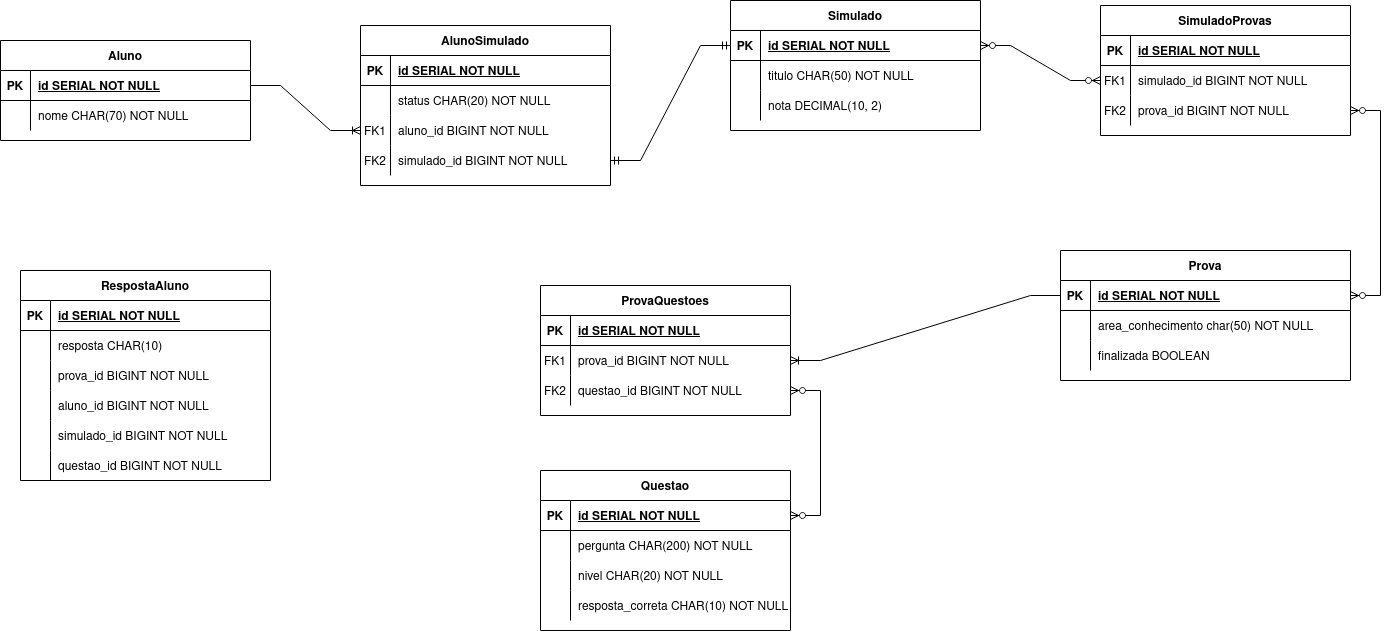
Earlier version of the draw.io export docs/images/DesafioEntidadeRelacionamento.drawio.png (lucastavares10/desafio-sas-simulados). Source tidied: cells renumbered, new cells last; positions are measured from the earlier drawing's top-left corner, leaving out a move shared by most shapes.
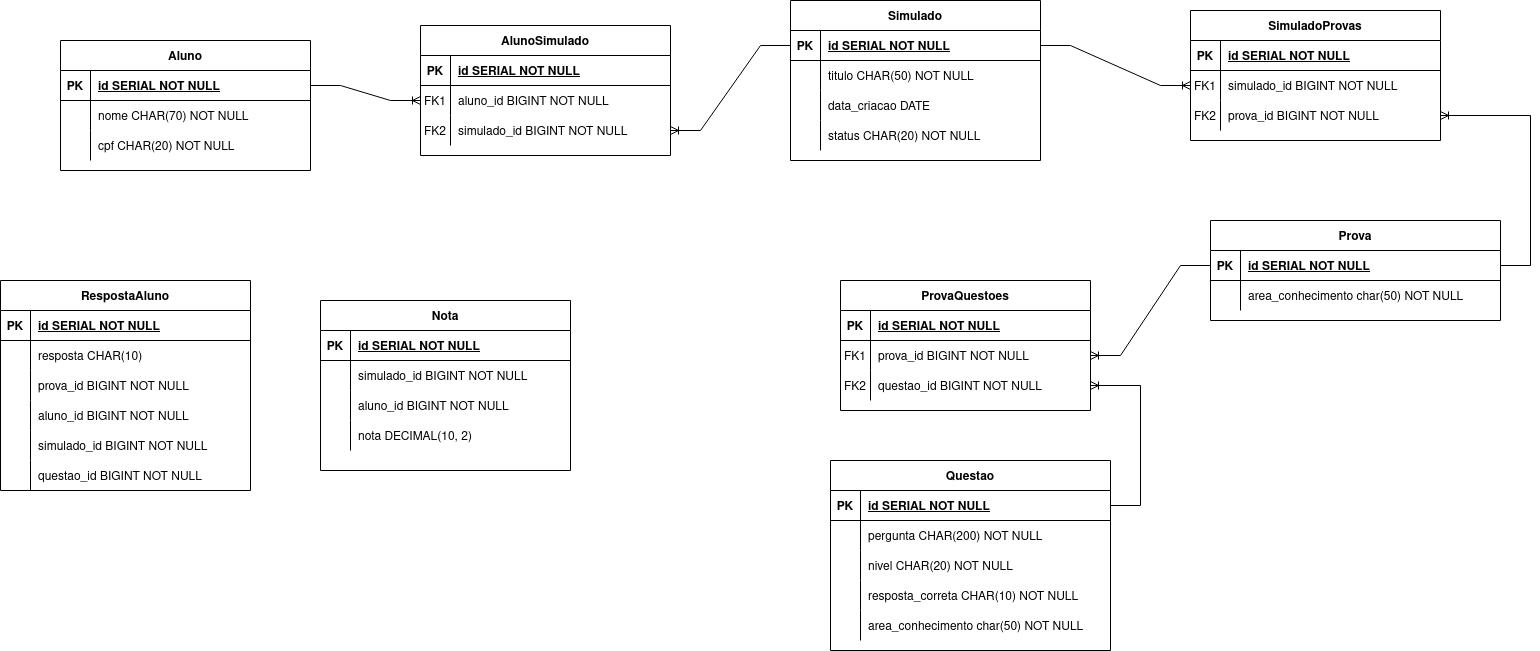
Above is the later version.

Commit message:
fix: Correção diagramas UML

Diff of the diagram source:
```diff
@@ -3,7 +3,7 @@
     <mxCell id="0" />
     <mxCell id="1" parent="0" />
     <mxCell id="2" value="Simulado" style="shape=table;startSize=30;rowLines=0;fontStyle=1;align=center;" parent="1" vertex="1">
-      <mxGeometry x="730" width="250" height="130" as="geometry" />
+      <mxGeometry x="730" width="250" height="160" as="geometry" />
     </mxCell>
     <mxCell id="3" style="shape=partialRectangle;fillColor=none;points=[[0,0.5],[1,0.5]];portConstraint=eastwest;top=0;left=0;right=0;bottom=1;" parent="2" vertex="1">
       <mxGeometry y="30" width="250" height="30" as="geometry" />
@@ -23,17 +23,26 @@
     <mxCell id="8" value="titulo CHAR(50) NOT NULL" style="shape=partialRectangle;overflow=hidden;fillColor=none;top=0;left=0;bottom=0;right=0;align=left;spacingLeft=6;" parent="6" vertex="1">
       <mxGeometry x="30" width="220" height="30" as="geometry" />
     </mxCell>
-    <mxCell id="9" style="shape=partialRectangle;fillColor=none;top=0;left=0;right=0;bottom=0;" parent="2" vertex="1">
-      <mxGeometry y="90" width="250" height="30" as="geometry" />
-    </mxCell>
-    <mxCell id="10" style="shape=partialRectangle;overflow=hidden;fillColor=none;top=0;left=0;bottom=0;right=0;" parent="9" vertex="1">
-      <mxGeometry width="30" height="30" as="geometry" />
-    </mxCell>
-    <mxCell id="11" value="nota DECIMAL(10, 2)" style="shape=partialRectangle;overflow=hidden;fillColor=none;top=0;left=0;bottom=0;right=0;align=left;spacingLeft=6;" parent="9" vertex="1">
-      <mxGeometry x="30" width="220" height="30" as="geometry" />
-    </mxCell>
+    <mxCell id="100" style="shape=partialRectangle;fillColor=none;top=0;left=0;right=0;bottom=0;" parent="2" vertex="1">
+      <mxGeometry y="90" width="250" height="30" as="geometry" />
+    </mxCell>
+    <mxCell id="101" style="shape=partialRectangle;overflow=hidden;fillColor=none;top=0;left=0;bottom=0;right=0;" parent="100" vertex="1">
+      <mxGeometry width="30" height="30" as="geometry" />
+    </mxCell>
+    <mxCell id="102" value="data_criacao DATE" style="shape=partialRectangle;overflow=hidden;fillColor=none;top=0;left=0;bottom=0;right=0;align=left;spacingLeft=6;" parent="100" vertex="1">
+      <mxGeometry x="30" width="220" height="30" as="geometry" />
+    </mxCell>
+    <mxCell id="103" style="shape=partialRectangle;fillColor=none;top=0;left=0;right=0;bottom=0;" parent="2" vertex="1">
+      <mxGeometry y="120" width="250" height="30" as="geometry" />
+    </mxCell>
+    <mxCell id="104" style="shape=partialRectangle;overflow=hidden;fillColor=none;top=0;left=0;bottom=0;right=0;" parent="103" vertex="1">
+      <mxGeometry width="30" height="30" as="geometry" />
+    </mxCell>
+    <mxCell id="91" value="status CHAR(20) NOT NULL" style="shape=partialRectangle;overflow=hidden;fillColor=none;top=0;left=0;bottom=0;right=0;align=left;spacingLeft=6;" parent="103" vertex="1">
+      <mxGeometry x="30" width="220" height="30" as="geometry" />
+    </mxCell>
     <mxCell id="12" value="Aluno" style="shape=table;startSize=30;rowLines=0;fontStyle=1;align=center;" parent="1" vertex="1">
-      <mxGeometry y="40" width="250" height="100" as="geometry" />
+      <mxGeometry y="40" width="250" height="130" as="geometry" />
     </mxCell>
     <mxCell id="13" style="shape=partialRectangle;fillColor=none;points=[[0,0.5],[1,0.5]];portConstraint=eastwest;top=0;left=0;right=0;bottom=1;" parent="12" vertex="1">
       <mxGeometry y="30" width="250" height="30" as="geometry" />
@@ -53,8 +62,17 @@
     <mxCell id="18" value="nome CHAR(70) NOT NULL" style="shape=partialRectangle;overflow=hidden;fillColor=none;top=0;left=0;bottom=0;right=0;align=left;spacingLeft=6;" parent="16" vertex="1">
       <mxGeometry x="30" width="220" height="30" as="geometry" />
     </mxCell>
+    <mxCell id="105" style="shape=partialRectangle;fillColor=none;top=0;left=0;right=0;bottom=0;" parent="12" vertex="1">
+      <mxGeometry y="90" width="250" height="30" as="geometry" />
+    </mxCell>
+    <mxCell id="106" style="shape=partialRectangle;overflow=hidden;fillColor=none;top=0;left=0;bottom=0;right=0;" parent="105" vertex="1">
+      <mxGeometry width="30" height="30" as="geometry" />
+    </mxCell>
+    <mxCell id="107" value="cpf CHAR(20) NOT NULL" style="shape=partialRectangle;overflow=hidden;fillColor=none;top=0;left=0;bottom=0;right=0;align=left;spacingLeft=6;" parent="105" vertex="1">
+      <mxGeometry x="30" width="220" height="30" as="geometry" />
+    </mxCell>
     <mxCell id="19" value="Prova" style="shape=table;startSize=30;rowLines=0;fontStyle=1;align=center;" parent="1" vertex="1">
-      <mxGeometry x="1060" y="250" width="290" height="130" as="geometry" />
+      <mxGeometry x="1150" y="220" width="290" height="100" as="geometry" />
     </mxCell>
     <mxCell id="20" style="shape=partialRectangle;fillColor=none;points=[[0,0.5],[1,0.5]];portConstraint=eastwest;top=0;left=0;right=0;bottom=1;" parent="19" vertex="1">
       <mxGeometry y="30" width="290" height="30" as="geometry" />
@@ -74,56 +92,56 @@
     <mxCell id="25" value="area_conhecimento char(50) NOT NULL" style="shape=partialRectangle;overflow=hidden;fillColor=none;top=0;left=0;bottom=0;right=0;align=left;spacingLeft=6;" parent="23" vertex="1">
       <mxGeometry x="30" width="260" height="30" as="geometry" />
     </mxCell>
-    <mxCell id="26" style="shape=partialRectangle;fillColor=none;top=0;left=0;right=0;bottom=0;" parent="19" vertex="1">
-      <mxGeometry y="90" width="290" height="30" as="geometry" />
-    </mxCell>
-    <mxCell id="27" style="shape=partialRectangle;overflow=hidden;fillColor=none;top=0;left=0;bottom=0;right=0;" parent="26" vertex="1">
-      <mxGeometry width="30" height="30" as="geometry" />
-    </mxCell>
-    <mxCell id="28" value="finalizada BOOLEAN" style="shape=partialRectangle;overflow=hidden;fillColor=none;top=0;left=0;bottom=0;right=0;align=left;spacingLeft=6;" parent="26" vertex="1">
-      <mxGeometry x="30" width="260" height="30" as="geometry" />
-    </mxCell>
     <mxCell id="29" value="Questao" style="shape=table;startSize=30;rowLines=0;fontStyle=1;align=center;" parent="1" vertex="1">
-      <mxGeometry x="540" y="470" width="250" height="160" as="geometry" />
+      <mxGeometry x="770" y="460" width="280" height="190" as="geometry" />
     </mxCell>
     <mxCell id="30" style="shape=partialRectangle;fillColor=none;points=[[0,0.5],[1,0.5]];portConstraint=eastwest;top=0;left=0;right=0;bottom=1;" parent="29" vertex="1">
-      <mxGeometry y="30" width="250" height="30" as="geometry" />
+      <mxGeometry y="30" width="280" height="30" as="geometry" />
     </mxCell>
     <mxCell id="31" value="PK" style="shape=partialRectangle;overflow=hidden;fillColor=none;top=0;left=0;bottom=0;right=0;fontStyle=1;" parent="30" vertex="1">
       <mxGeometry width="30" height="30" as="geometry" />
     </mxCell>
     <mxCell id="32" value="id SERIAL NOT NULL " style="shape=partialRectangle;overflow=hidden;fillColor=none;top=0;left=0;bottom=0;right=0;align=left;spacingLeft=6;fontStyle=5;" parent="30" vertex="1">
-      <mxGeometry x="30" width="220" height="30" as="geometry" />
+      <mxGeometry x="30" width="250" height="30" as="geometry" />
     </mxCell>
     <mxCell id="33" style="shape=partialRectangle;fillColor=none;top=0;left=0;right=0;bottom=0;" parent="29" vertex="1">
-      <mxGeometry y="60" width="250" height="30" as="geometry" />
+      <mxGeometry y="60" width="280" height="30" as="geometry" />
     </mxCell>
     <mxCell id="34" style="shape=partialRectangle;overflow=hidden;fillColor=none;top=0;left=0;bottom=0;right=0;" parent="33" vertex="1">
       <mxGeometry width="30" height="30" as="geometry" />
     </mxCell>
     <mxCell id="35" value="pergunta CHAR(200) NOT NULL" style="shape=partialRectangle;overflow=hidden;fillColor=none;top=0;left=0;bottom=0;right=0;align=left;spacingLeft=6;" parent="33" vertex="1">
-      <mxGeometry x="30" width="220" height="30" as="geometry" />
+      <mxGeometry x="30" width="250" height="30" as="geometry" />
     </mxCell>
     <mxCell id="36" style="shape=partialRectangle;fillColor=none;top=0;left=0;right=0;bottom=0;" parent="29" vertex="1">
-      <mxGeometry y="90" width="250" height="30" as="geometry" />
+      <mxGeometry y="90" width="280" height="30" as="geometry" />
     </mxCell>
     <mxCell id="37" style="shape=partialRectangle;overflow=hidden;fillColor=none;top=0;left=0;bottom=0;right=0;" parent="36" vertex="1">
       <mxGeometry width="30" height="30" as="geometry" />
     </mxCell>
     <mxCell id="38" value="nivel CHAR(20) NOT NULL" style="shape=partialRectangle;overflow=hidden;fillColor=none;top=0;left=0;bottom=0;right=0;align=left;spacingLeft=6;" parent="36" vertex="1">
-      <mxGeometry x="30" width="220" height="30" as="geometry" />
+      <mxGeometry x="30" width="250" height="30" as="geometry" />
     </mxCell>
     <mxCell id="39" style="shape=partialRectangle;fillColor=none;top=0;left=0;right=0;bottom=0;" parent="29" vertex="1">
-      <mxGeometry y="120" width="250" height="30" as="geometry" />
+      <mxGeometry y="120" width="280" height="30" as="geometry" />
     </mxCell>
     <mxCell id="40" style="shape=partialRectangle;overflow=hidden;fillColor=none;top=0;left=0;bottom=0;right=0;" parent="39" vertex="1">
       <mxGeometry width="30" height="30" as="geometry" />
     </mxCell>
     <mxCell id="41" value="resposta_correta CHAR(10) NOT NULL" style="shape=partialRectangle;overflow=hidden;fillColor=none;top=0;left=0;bottom=0;right=0;align=left;spacingLeft=6;" parent="39" vertex="1">
-      <mxGeometry x="30" width="220" height="30" as="geometry" />
+      <mxGeometry x="30" width="250" height="30" as="geometry" />
     </mxCell>
+    <mxCell id="108" style="shape=partialRectangle;fillColor=none;top=0;left=0;right=0;bottom=0;" parent="29" vertex="1">
+      <mxGeometry y="150" width="280" height="30" as="geometry" />
+    </mxCell>
+    <mxCell id="109" style="shape=partialRectangle;overflow=hidden;fillColor=none;top=0;left=0;bottom=0;right=0;" parent="108" vertex="1">
+      <mxGeometry width="30" height="30" as="geometry" />
+    </mxCell>
+    <mxCell id="110" value="area_conhecimento char(50) NOT NULL" style="shape=partialRectangle;overflow=hidden;fillColor=none;top=0;left=0;bottom=0;right=0;align=left;spacingLeft=6;" parent="108" vertex="1">
+      <mxGeometry x="30" width="250" height="30" as="geometry" />
+    </mxCell>
     <mxCell id="42" value="SimuladoProvas" style="shape=table;startSize=30;rowLines=0;fontStyle=1;align=center;" parent="1" vertex="1">
-      <mxGeometry x="1100" y="5" width="250" height="130" as="geometry" />
+      <mxGeometry x="1130" y="10" width="250" height="130" as="geometry" />
     </mxCell>
     <mxCell id="43" style="shape=partialRectangle;fillColor=none;top=0;left=0;right=0;bottom=1;" parent="42" vertex="1">
       <mxGeometry y="30" width="250" height="30" as="geometry" />
@@ -153,7 +171,7 @@
       <mxGeometry x="30" width="220" height="30" as="geometry" />
     </mxCell>
     <mxCell id="52" value="ProvaQuestoes" style="shape=table;startSize=30;rowLines=0;fontStyle=1;align=center;" parent="1" vertex="1">
-      <mxGeometry x="540" y="285" width="250" height="130" as="geometry" />
+      <mxGeometry x="780" y="280" width="250" height="130" as="geometry" />
     </mxCell>
     <mxCell id="53" style="shape=partialRectangle;fillColor=none;top=0;left=0;right=0;bottom=1;" parent="52" vertex="1">
       <mxGeometry y="30" width="250" height="30" as="geometry" />
@@ -183,7 +201,7 @@
       <mxGeometry x="30" width="220" height="30" as="geometry" />
     </mxCell>
     <mxCell id="62" value="RespostaAluno" style="shape=table;startSize=30;rowLines=0;fontStyle=1;align=center;" parent="1" vertex="1">
-      <mxGeometry x="20" y="270" width="250" height="210" as="geometry" />
+      <mxGeometry x="-60" y="280" width="250" height="210" as="geometry" />
     </mxCell>
     <mxCell id="63" style="shape=partialRectangle;fillColor=none;top=0;left=0;right=0;bottom=1;" parent="62" vertex="1">
       <mxGeometry y="30" width="250" height="30" as="geometry" />
@@ -239,20 +257,11 @@
     <mxCell id="80" value="questao_id BIGINT NOT NULL" style="shape=partialRectangle;overflow=hidden;fillColor=none;top=0;left=0;bottom=0;right=0;align=left;spacingLeft=6;" parent="78" vertex="1">
       <mxGeometry x="30" width="220" height="30" as="geometry" />
     </mxCell>
-    <mxCell id="81" style="edgeStyle=entityRelationEdgeStyle;fontSize=12;html=1;endArrow=ERzeroToMany;endFill=1;startArrow=ERzeroToMany;rounded=0;exitX=1;exitY=0.5;exitDx=0;exitDy=0;entryX=0;entryY=0.5;entryDx=0;entryDy=0;" parent="1" edge="1" source="3" target="46">
-      <mxGeometry relative="1" as="geometry" />
-    </mxCell>
-    <mxCell id="82" style="edgeStyle=entityRelationEdgeStyle;fontSize=12;html=1;endArrow=ERzeroToMany;endFill=1;startArrow=ERzeroToMany;rounded=0;entryX=1;entryY=0.5;entryDx=0;entryDy=0;exitX=1;exitY=0.5;exitDx=0;exitDy=0;" parent="1" edge="1" source="20" target="49">
-      <mxGeometry relative="1" as="geometry" />
-    </mxCell>
     <mxCell id="83" style="edgeStyle=entityRelationEdgeStyle;fontSize=12;html=1;endArrow=ERoneToMany;rounded=0;exitX=0;exitY=0.5;exitDx=0;exitDy=0;" parent="1" edge="1" source="20" target="56">
       <mxGeometry relative="1" as="geometry" />
     </mxCell>
-    <mxCell id="84" style="edgeStyle=entityRelationEdgeStyle;fontSize=12;html=1;endArrow=ERzeroToMany;endFill=1;startArrow=ERzeroToMany;rounded=0;" parent="1" edge="1" source="30" target="59">
-      <mxGeometry relative="1" as="geometry" />
-    </mxCell>
     <mxCell id="85" value="AlunoSimulado" style="shape=table;startSize=30;rowLines=0;fontStyle=1;align=center;" parent="1" vertex="1">
-      <mxGeometry x="360" y="25" width="250" height="160" as="geometry" />
+      <mxGeometry x="360" y="25" width="250" height="130" as="geometry" />
     </mxCell>
     <mxCell id="86" style="shape=partialRectangle;fillColor=none;top=0;left=0;right=0;bottom=1;" parent="85" vertex="1">
       <mxGeometry y="30" width="250" height="30" as="geometry" />
@@ -263,17 +272,8 @@
     <mxCell id="88" value="id SERIAL NOT NULL " style="shape=partialRectangle;overflow=hidden;fillColor=none;top=0;left=0;bottom=0;right=0;align=left;spacingLeft=6;fontStyle=5;" parent="86" vertex="1">
       <mxGeometry x="30" width="220" height="30" as="geometry" />
     </mxCell>
-    <mxCell id="89" style="shape=partialRectangle;fillColor=none;top=0;left=0;right=0;bottom=0;" parent="85" vertex="1">
-      <mxGeometry y="60" width="250" height="30" as="geometry" />
-    </mxCell>
-    <mxCell id="90" style="shape=partialRectangle;overflow=hidden;fillColor=none;top=0;left=0;bottom=0;right=0;" parent="89" vertex="1">
-      <mxGeometry width="30" height="30" as="geometry" />
-    </mxCell>
-    <mxCell id="91" value="status CHAR(20) NOT NULL" style="shape=partialRectangle;overflow=hidden;fillColor=none;top=0;left=0;bottom=0;right=0;align=left;spacingLeft=6;" parent="89" vertex="1">
-      <mxGeometry x="30" width="220" height="30" as="geometry" />
-    </mxCell>
     <mxCell id="92" style="shape=partialRectangle;fillColor=none;points=[[0,0.5],[1,0.5]];portConstraint=eastwest;top=0;left=0;right=0;bottom=0;" parent="85" vertex="1">
-      <mxGeometry y="90" width="250" height="30" as="geometry" />
+      <mxGeometry y="60" width="250" height="30" as="geometry" />
     </mxCell>
     <mxCell id="93" value="FK1" style="shape=partialRectangle;overflow=hidden;fillColor=none;top=0;left=0;bottom=0;right=0;" parent="92" vertex="1">
       <mxGeometry width="30" height="30" as="geometry" />
@@ -282,7 +282,7 @@
       <mxGeometry x="30" width="220" height="30" as="geometry" />
     </mxCell>
     <mxCell id="95" style="shape=partialRectangle;fillColor=none;points=[[0,0.5],[1,0.5]];portConstraint=eastwest;top=0;left=0;right=0;bottom=0;" parent="85" vertex="1">
-      <mxGeometry y="120" width="250" height="30" as="geometry" />
+      <mxGeometry y="90" width="250" height="30" as="geometry" />
     </mxCell>
     <mxCell id="96" value="FK2" style="shape=partialRectangle;overflow=hidden;fillColor=none;top=0;left=0;bottom=0;right=0;" parent="95" vertex="1">
       <mxGeometry width="30" height="30" as="geometry" />
@@ -293,8 +293,56 @@
     <mxCell id="98" style="edgeStyle=entityRelationEdgeStyle;fontSize=12;html=1;endArrow=ERoneToMany;rounded=0;exitX=1;exitY=0.5;exitDx=0;exitDy=0;" parent="1" edge="1" source="13" target="92">
       <mxGeometry relative="1" as="geometry" />
     </mxCell>
-    <mxCell id="99" style="edgeStyle=entityRelationEdgeStyle;fontSize=12;html=1;endArrow=ERmandOne;startArrow=ERmandOne;rounded=0;exitX=1;exitY=0.5;exitDx=0;exitDy=0;" parent="1" edge="1" source="95" target="3">
-      <mxGeometry relative="1" as="geometry" />
-    </mxCell>
+    <mxCell id="111" style="edgeStyle=entityRelationEdgeStyle;fontSize=12;html=1;endArrow=ERoneToMany;rounded=0;exitX=0;exitY=0.5;exitDx=0;exitDy=0;" parent="1" edge="1" source="3" target="95">
+      <mxGeometry relative="1" as="geometry" />
+    </mxCell>
+    <mxCell id="81" style="edgeStyle=entityRelationEdgeStyle;fontSize=12;html=1;endArrow=ERoneToMany;rounded=0;" parent="1" edge="1" source="3" target="46">
+      <mxGeometry relative="1" as="geometry" />
+    </mxCell>
+    <mxCell id="82" style="edgeStyle=entityRelationEdgeStyle;fontSize=12;html=1;endArrow=ERoneToMany;rounded=0;" parent="1" edge="1" source="20" target="49">
+      <mxGeometry relative="1" as="geometry" />
+    </mxCell>
+    <mxCell id="84" style="edgeStyle=entityRelationEdgeStyle;fontSize=12;html=1;endArrow=ERoneToMany;rounded=0;" parent="1" edge="1" source="30" target="59">
+      <mxGeometry relative="1" as="geometry" />
+    </mxCell>
+    <mxCell id="112" value="Nota" style="shape=table;startSize=30;rowLines=0;fontStyle=1;align=center;" parent="1" vertex="1">
+      <mxGeometry x="260" y="300" width="250" height="170" as="geometry" />
+    </mxCell>
+    <mxCell id="113" style="shape=partialRectangle;fillColor=none;top=0;left=0;right=0;bottom=1;" parent="112" vertex="1">
+      <mxGeometry y="30" width="250" height="30" as="geometry" />
+    </mxCell>
+    <mxCell id="114" value="PK" style="shape=partialRectangle;overflow=hidden;fillColor=none;top=0;left=0;bottom=0;right=0;fontStyle=1;" parent="113" vertex="1">
+      <mxGeometry width="30" height="30" as="geometry" />
+    </mxCell>
+    <mxCell id="115" value="id SERIAL NOT NULL " style="shape=partialRectangle;overflow=hidden;fillColor=none;top=0;left=0;bottom=0;right=0;align=left;spacingLeft=6;fontStyle=5;" parent="113" vertex="1">
+      <mxGeometry x="30" width="220" height="30" as="geometry" />
+    </mxCell>
+    <mxCell id="89" style="shape=partialRectangle;fillColor=none;top=0;left=0;right=0;bottom=0;" parent="112" vertex="1">
+      <mxGeometry y="60" width="250" height="30" as="geometry" />
+    </mxCell>
+    <mxCell id="116" style="shape=partialRectangle;overflow=hidden;fillColor=none;top=0;left=0;bottom=0;right=0;" parent="89" vertex="1">
+      <mxGeometry width="30" height="30" as="geometry" />
+    </mxCell>
+    <mxCell id="117" value="simulado_id BIGINT NOT NULL" style="shape=partialRectangle;overflow=hidden;fillColor=none;top=0;left=0;bottom=0;right=0;align=left;spacingLeft=6;" parent="89" vertex="1">
+      <mxGeometry x="30" width="220" height="30" as="geometry" />
+    </mxCell>
+    <mxCell id="118" style="shape=partialRectangle;fillColor=none;top=0;left=0;right=0;bottom=0;" parent="112" vertex="1">
+      <mxGeometry y="90" width="250" height="30" as="geometry" />
+    </mxCell>
+    <mxCell id="119" style="shape=partialRectangle;overflow=hidden;fillColor=none;top=0;left=0;bottom=0;right=0;" parent="118" vertex="1">
+      <mxGeometry width="30" height="30" as="geometry" />
+    </mxCell>
+    <mxCell id="120" value="aluno_id BIGINT NOT NULL" style="shape=partialRectangle;overflow=hidden;fillColor=none;top=0;left=0;bottom=0;right=0;align=left;spacingLeft=6;" parent="118" vertex="1">
+      <mxGeometry x="30" width="220" height="30" as="geometry" />
+    </mxCell>
+    <mxCell id="121" style="shape=partialRectangle;fillColor=none;top=0;left=0;right=0;bottom=0;" parent="112" vertex="1">
+      <mxGeometry y="120" width="250" height="30" as="geometry" />
+    </mxCell>
+    <mxCell id="122" style="shape=partialRectangle;overflow=hidden;fillColor=none;top=0;left=0;bottom=0;right=0;" parent="121" vertex="1">
+      <mxGeometry width="30" height="30" as="geometry" />
+    </mxCell>
+    <mxCell id="11" value="nota DECIMAL(10, 2)" style="shape=partialRectangle;overflow=hidden;fillColor=none;top=0;left=0;bottom=0;right=0;align=left;spacingLeft=6;" parent="121" vertex="1">
+      <mxGeometry x="30" width="220" height="30" as="geometry" />
+    </mxCell>
   </root>
 </mxGraphModel>
```
